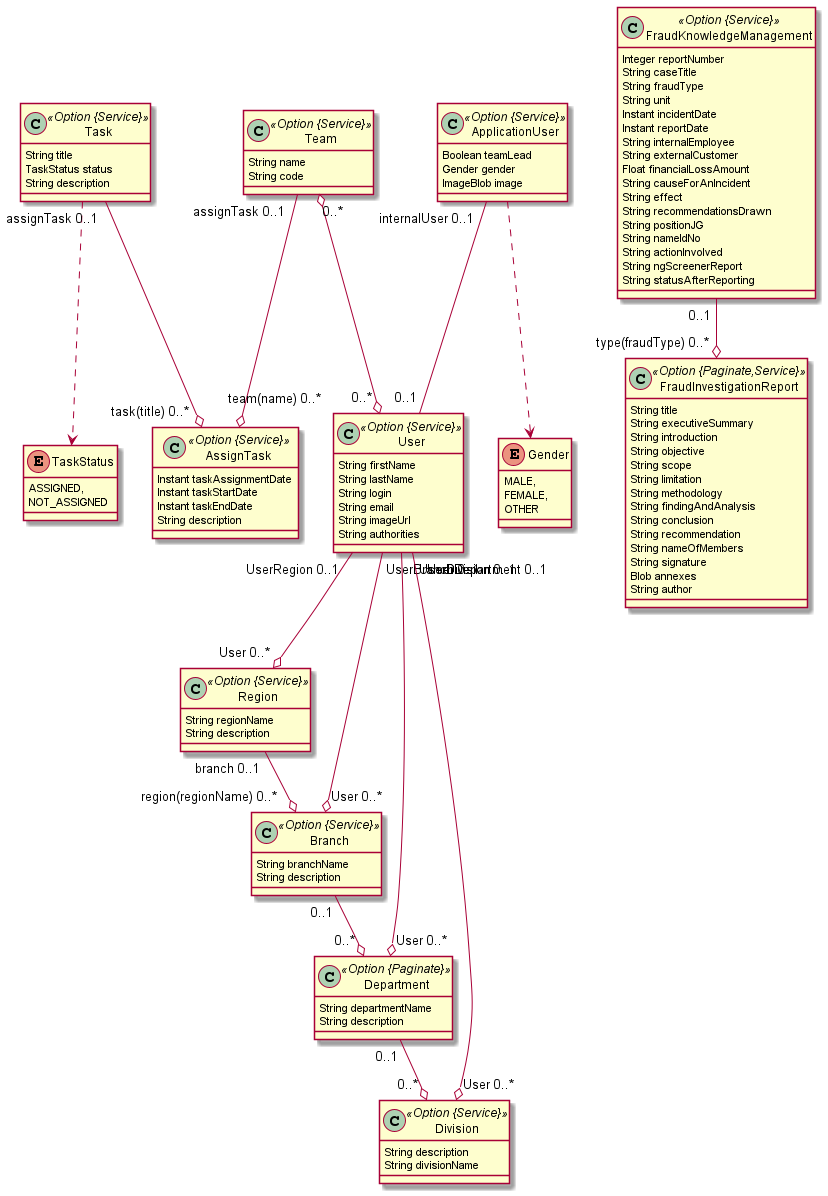
Earlier version of the PlantUML export jhipster.png (helinabele/InternalAudit).
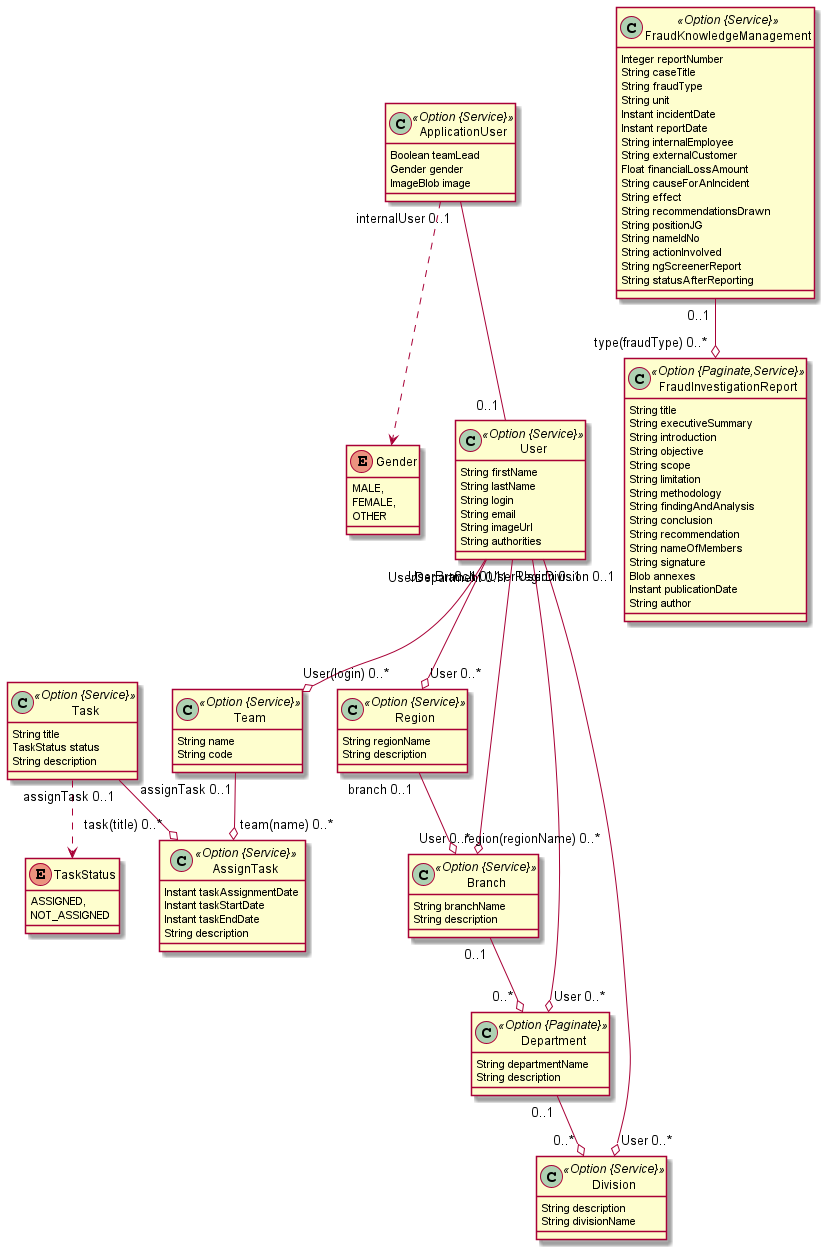
The same diagram one commit later.

What changed in the source:
```diff
@@ -30,6 +30,7 @@
 		String nameOfMembers
 		String signature
 		Blob annexes
+		Instant publicationDate
 		String author
 	}
 	class FraudKnowledgeManagement <<Option {Service}>> {
@@ -91,9 +92,9 @@
 	Branch  "0..1 " --o "0..* "  Department
 	Department  "0..1 " --o "0..* "  Division
 	FraudKnowledgeManagement  "0..1 " --o "type(fraudType) 0..* "  FraudInvestigationReport
+	Task  "assignTask 0..1 " --o "task(title) 0..* "  AssignTask
 	Team  "assignTask 0..1 " --o "team(name) 0..* "  AssignTask
-	Task  "assignTask 0..1 " --o "task(title) 0..* "  AssignTask
-	Team  "0..* " o--o "0..* "  User
+	User  "0..1 " --o "User(login) 0..* "  Team
 	class User <<Option {Service}>> {
 		String firstName
 		String lastName
```
